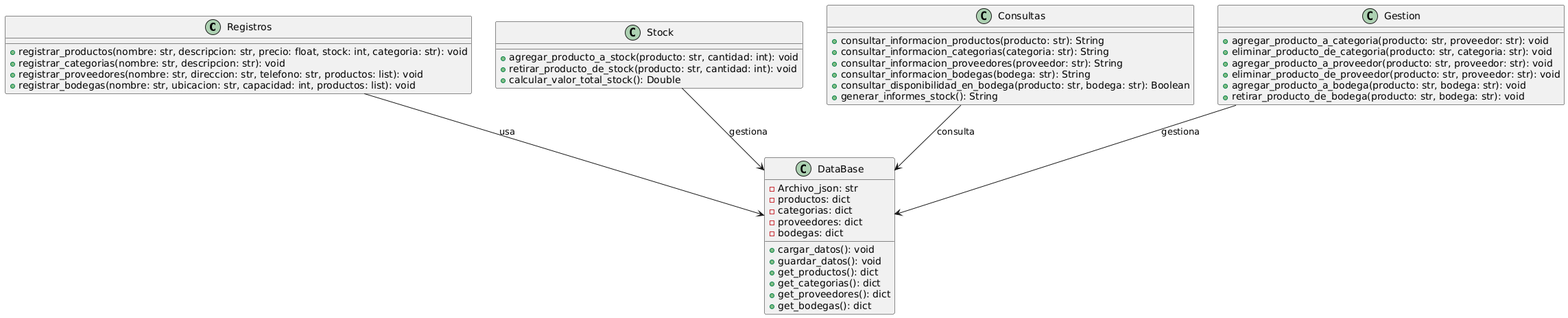
Before: src/static/uml.png, a diagram exported from PlantUML (lebuas/Gestion-de-inventario).
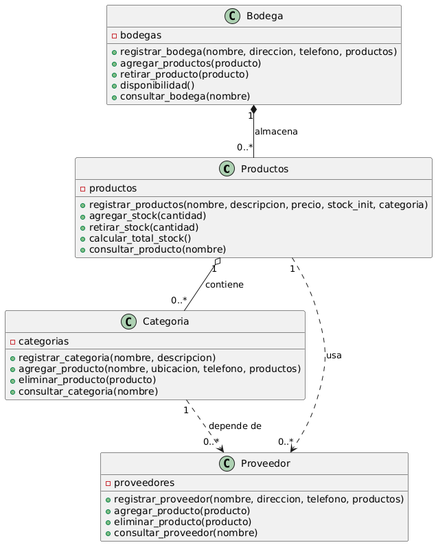
After the commit.

What changed in the source:
```diff
@@ -1,51 +1,40 @@
 @startuml
-class Registros {
-  + registrar_productos(nombre: str, descripcion: str, precio: float, stock: int, categoria: str): void
-  + registrar_categorias(nombre: str, descripcion: str): void
-  + registrar_proveedores(nombre: str, direccion: str, telefono: str, productos: list): void
-  + registrar_bodegas(nombre: str, ubicacion: str, capacidad: int, productos: list): void
+class Productos {
+  -productos
+  +registrar_productos(nombre, descripcion, precio, stock_init, categoria)
+  +agregar_stock(cantidad)
+  +retirar_stock(cantidad)
+  +calcular_total_stock()
+  +consultar_producto(nombre)
 }
 
-class Stock {
-  + agregar_producto_a_stock(producto: str, cantidad: int): void
-  + retirar_producto_de_stock(producto: str, cantidad: int): void
-  + calcular_valor_total_stock(): Double
+class Categoria {
+  -categorias
+  +registrar_categoria(nombre, descripcion)
+  +agregar_producto(nombre, ubicacion, telefono, productos)
+  +eliminar_producto(producto)
+  +consultar_categoria(nombre)
 }
 
-class Consultas {
-  + consultar_informacion_productos(producto: str): String
-  + consultar_informacion_categorias(categoria: str): String
-  + consultar_informacion_proveedores(proveedor: str): String
-  + consultar_informacion_bodegas(bodega: str): String
-  + consultar_disponibilidad_en_bodega(producto: str, bodega: str): Boolean
-  + generar_informes_stock(): String
+class Proveedor {
+  -proveedores
+  +registrar_proveedor(nombre, direccion, telefono, productos)
+  +agregar_producto(producto)
+  +eliminar_producto(producto)
+  +consultar_proveedor(nombre)
 }
 
-class Gestion {
-  + agregar_producto_a_categoria(producto: str, proveedor: str): void
-  + eliminar_producto_de_categoria(producto: str, categoria: str): void
-  + agregar_producto_a_proveedor(producto: str, proveedor: str): void
-  + eliminar_producto_de_proveedor(producto: str, proveedor: str): void
-  + agregar_producto_a_bodega(producto: str, bodega: str): void
-  + retirar_producto_de_bodega(producto: str, bodega: str): void
+class Bodega {
+  -bodegas
+  +registrar_bodega(nombre, direccion, telefono, productos)
+  +agregar_productos(producto)
+  +retirar_producto(producto)
+  +disponibilidad()
+  +consultar_bodega(nombre)
 }
 
-class DataBase {
-  - Archivo_json: str
-  - productos: dict
-  - categorias: dict
-  - proveedores: dict
-  - bodegas: dict
-  + cargar_datos(): void
-  + guardar_datos(): void
-  + get_productos(): dict
-  + get_categorias(): dict
-  + get_proveedores(): dict
-  + get_bodegas(): dict
-}
-
-Registros --> DataBase : "usa"
-Stock --> DataBase : "gestiona"
-Consultas --> DataBase : "consulta"
-Gestion --> DataBase : "gestiona"
+Productos "1" o-- "0..*" Categoria : contiene
+Productos "1" ..> "0..*" Proveedor : usa
+Bodega "1" *-- "0..*" Productos : almacena
+Categoria "1" ..> "0..*" Proveedor : depende de
 @enduml
```
